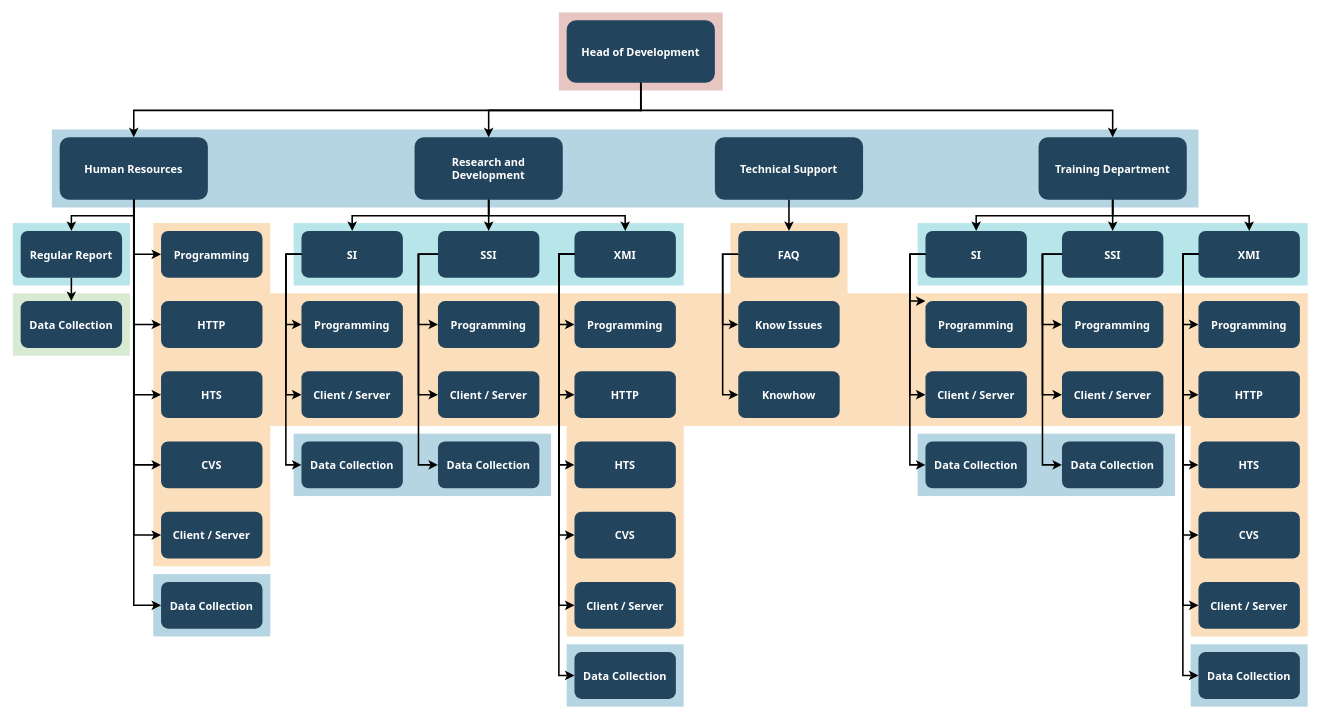
This is page "Page-1" (1 of 2) of Untitled Diagram.drawio from xavierlmendez/Pathways, a draw.io file, before an edit. Source tidied: cells renumbered, new cells numbered last; positions are measured from the earlier drawing's top-left corner, leaving out a move shared by most shapes. Both pictures are drawn from the tidied source at 78%, with x=0, y=0 at pixel (12, 12).
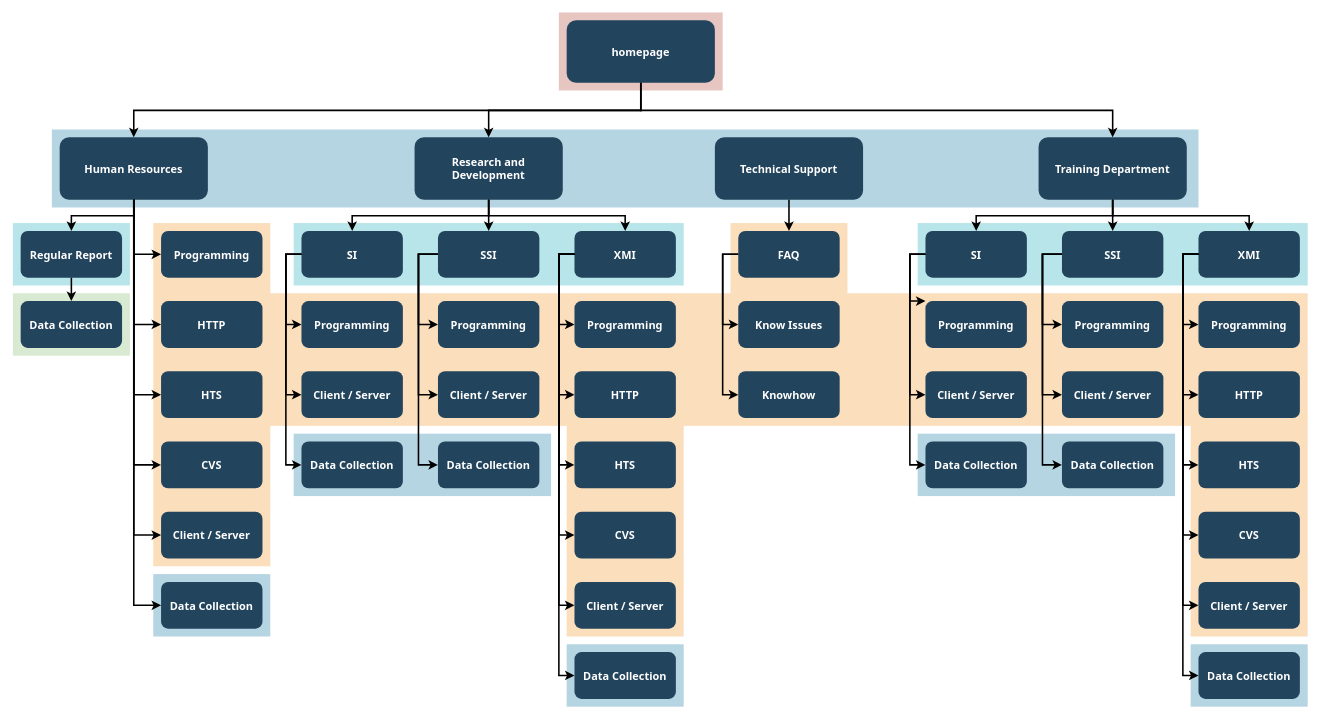
The same diagram, later.

Commit message:
Update home page Diagram.drawio

The edit, as a diff of the source:
```diff
@@
-    <mxCell id="18" value="Head of Development" style="rounded=1;fillColor=#23445D;gradientColor=none;strokeColor=none;fontColor=#FFFFFF;fontStyle=1;fontFamily=Tahoma;fontSize=14;" parent="1" vertex="1">
+    <mxCell id="18" value="homepage" style="rounded=1;fillColor=#23445D;gradientColor=none;strokeColor=none;fontColor=#FFFFFF;fontStyle=1;fontFamily=Tahoma;fontSize=14;" parent="1" vertex="1">
       <mxGeometry x="710" y="9.5" width="190" height="80" as="geometry" />
     </mxCell>
```
